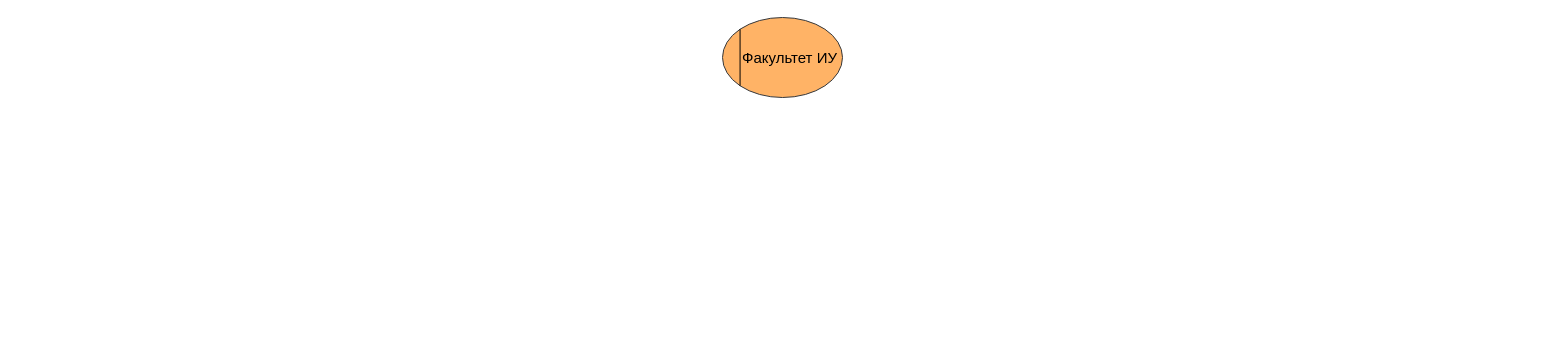
Before: ERP l1.drawio in DMfananddu/ERP, a draw.io diagram. Source tidied: cells renumbered, new cells numbered last; positions are measured from the earlier drawing's top-left corner, leaving out a move shared by most shapes. Both pictures are drawn from the tidied source at 100%, with x=0, y=0 at pixel (722, 17).
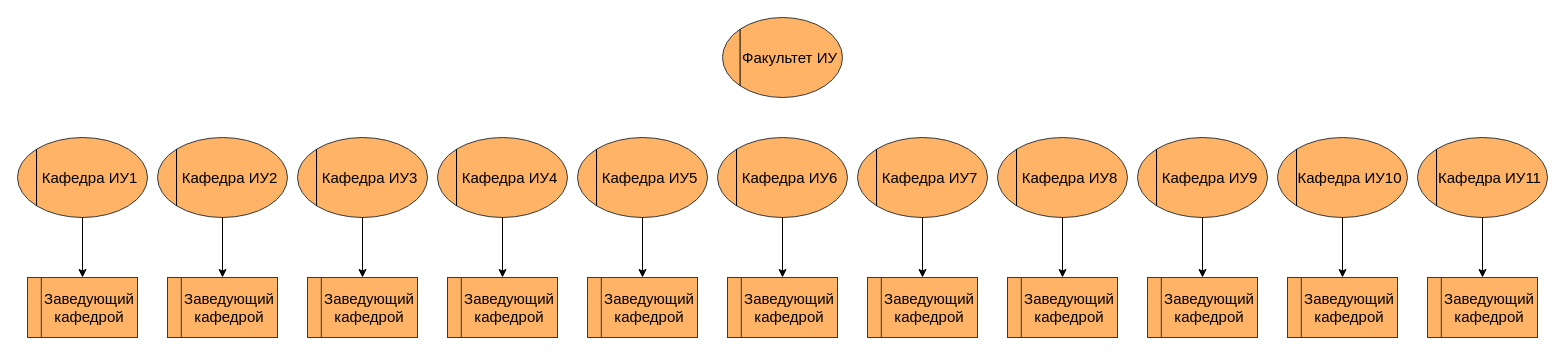
After the change.

Diff of the diagram source:
```diff
@@
+    <mxCell id="5" style="group;rounded=0;fillColor=none;spacingLeft=0;strokeWidth=1;fontSize=15;" parent="1" vertex="1">
+      <mxGeometry x="-565" y="120" width="130" height="80" as="geometry" />
+    </mxCell>
+    <mxCell id="6" value="Кафедра ИУ2" style="ellipse;whiteSpace=wrap;html=1;rounded=0;strokeColor=#36393d;spacingLeft=15;fillColor=#FFB366;fontSize=15;" parent="5" vertex="1">
+      <mxGeometry width="130" height="80" as="geometry" />
+    </mxCell>
+    <mxCell id="7" style="endArrow=none;html=1;entryX=0;entryY=0;entryDx=0;entryDy=0;exitX=0;exitY=1;exitDx=0;exitDy=0;" parent="5" edge="1" source="6" target="6">
+      <mxGeometry relative="1" as="geometry" />
+    </mxCell>
+    <mxCell id="8" style="group;rounded=0;fillColor=none;spacingLeft=0;strokeWidth=1;fontSize=15;" parent="1" vertex="1">
+      <mxGeometry x="-425" y="120" width="130" height="80" as="geometry" />
+    </mxCell>
+    <mxCell id="9" value="Кафедра ИУ3" style="ellipse;whiteSpace=wrap;html=1;rounded=0;strokeColor=#36393d;spacingLeft=15;fillColor=#FFB366;fontSize=15;" parent="8" vertex="1">
+      <mxGeometry width="130" height="80" as="geometry" />
+    </mxCell>
+    <mxCell id="10" style="endArrow=none;html=1;entryX=0;entryY=0;entryDx=0;entryDy=0;exitX=0;exitY=1;exitDx=0;exitDy=0;" parent="8" edge="1" source="9" target="9">
+      <mxGeometry relative="1" as="geometry" />
+    </mxCell>
+    <mxCell id="11" style="group;rounded=0;fillColor=none;spacingLeft=0;strokeWidth=1;fontSize=15;" parent="1" vertex="1">
+      <mxGeometry x="-285" y="120" width="130" height="80" as="geometry" />
+    </mxCell>
+    <mxCell id="12" value="Кафедра ИУ4" style="ellipse;whiteSpace=wrap;html=1;rounded=0;strokeColor=#36393d;spacingLeft=15;fillColor=#FFB366;fontSize=15;" parent="11" vertex="1">
+      <mxGeometry width="130" height="80" as="geometry" />
+    </mxCell>
+    <mxCell id="13" style="endArrow=none;html=1;entryX=0;entryY=0;entryDx=0;entryDy=0;exitX=0;exitY=1;exitDx=0;exitDy=0;" parent="11" edge="1" source="12" target="12">
+      <mxGeometry relative="1" as="geometry" />
+    </mxCell>
+    <mxCell id="14" style="group;rounded=0;fillColor=none;spacingLeft=0;strokeWidth=1;fontSize=15;" parent="1" vertex="1">
+      <mxGeometry x="-145" y="120" width="130" height="80" as="geometry" />
+    </mxCell>
+    <mxCell id="15" value="Кафедра ИУ5" style="ellipse;whiteSpace=wrap;html=1;rounded=0;strokeColor=#36393d;spacingLeft=15;fillColor=#FFB366;fontSize=15;" parent="14" vertex="1">
+      <mxGeometry width="130" height="80" as="geometry" />
+    </mxCell>
+    <mxCell id="16" style="endArrow=none;html=1;entryX=0;entryY=0;entryDx=0;entryDy=0;exitX=0;exitY=1;exitDx=0;exitDy=0;" parent="14" edge="1" source="15" target="15">
+      <mxGeometry relative="1" as="geometry" />
+    </mxCell>
+    <mxCell id="17" style="group;rounded=0;fillColor=none;spacingLeft=0;strokeWidth=1;fontSize=15;" parent="1" vertex="1">
+      <mxGeometry x="-5" y="120" width="130" height="80" as="geometry" />
+    </mxCell>
+    <mxCell id="18" value="Кафедра ИУ6" style="ellipse;whiteSpace=wrap;html=1;rounded=0;strokeColor=#36393d;spacingLeft=15;fillColor=#FFB366;fontSize=15;" parent="17" vertex="1">
+      <mxGeometry width="130" height="80" as="geometry" />
+    </mxCell>
+    <mxCell id="19" style="endArrow=none;html=1;entryX=0;entryY=0;entryDx=0;entryDy=0;exitX=0;exitY=1;exitDx=0;exitDy=0;" parent="17" edge="1" source="18" target="18">
+      <mxGeometry relative="1" as="geometry" />
+    </mxCell>
+    <mxCell id="20" style="group;rounded=0;fillColor=none;spacingLeft=0;strokeWidth=1;fontSize=15;" parent="1" vertex="1">
+      <mxGeometry x="135" y="120" width="130" height="80" as="geometry" />
+    </mxCell>
+    <mxCell id="21" value="Кафедра ИУ7" style="ellipse;whiteSpace=wrap;html=1;rounded=0;strokeColor=#36393d;spacingLeft=15;fillColor=#FFB366;fontSize=15;" parent="20" vertex="1">
+      <mxGeometry width="130" height="80" as="geometry" />
+    </mxCell>
+    <mxCell id="22" style="endArrow=none;html=1;entryX=0;entryY=0;entryDx=0;entryDy=0;exitX=0;exitY=1;exitDx=0;exitDy=0;" parent="20" edge="1" source="21" target="21">
+      <mxGeometry relative="1" as="geometry" />
+    </mxCell>
+    <mxCell id="23" style="group;rounded=0;fillColor=none;spacingLeft=0;strokeWidth=1;fontSize=15;" parent="1" vertex="1">
+      <mxGeometry x="275" y="120" width="130" height="80" as="geometry" />
+    </mxCell>
+    <mxCell id="24" value="Кафедра ИУ8" style="ellipse;whiteSpace=wrap;html=1;rounded=0;strokeColor=#36393d;spacingLeft=15;fillColor=#FFB366;fontSize=15;" parent="23" vertex="1">
+      <mxGeometry width="130" height="80" as="geometry" />
+    </mxCell>
+    <mxCell id="25" style="endArrow=none;html=1;entryX=0;entryY=0;entryDx=0;entryDy=0;exitX=0;exitY=1;exitDx=0;exitDy=0;" parent="23" edge="1" source="24" target="24">
+      <mxGeometry relative="1" as="geometry" />
+    </mxCell>
+    <mxCell id="26" style="group;rounded=0;fillColor=none;spacingLeft=0;strokeWidth=1;fontSize=15;" parent="1" vertex="1">
+      <mxGeometry x="415" y="120" width="130" height="80" as="geometry" />
+    </mxCell>
+    <mxCell id="27" value="Кафедра ИУ9" style="ellipse;whiteSpace=wrap;html=1;rounded=0;strokeColor=#36393d;spacingLeft=15;fillColor=#FFB366;fontSize=15;" parent="26" vertex="1">
+      <mxGeometry width="130" height="80" as="geometry" />
+    </mxCell>
+    <mxCell id="28" style="endArrow=none;html=1;entryX=0;entryY=0;entryDx=0;entryDy=0;exitX=0;exitY=1;exitDx=0;exitDy=0;" parent="26" edge="1" source="27" target="27">
+      <mxGeometry relative="1" as="geometry" />
+    </mxCell>
+    <mxCell id="29" style="group;rounded=0;fillColor=none;spacingLeft=0;strokeWidth=1;fontSize=15;" parent="1" vertex="1">
+      <mxGeometry x="555" y="120" width="130" height="80" as="geometry" />
+    </mxCell>
+    <mxCell id="30" value="Кафедра ИУ10" style="ellipse;whiteSpace=wrap;html=1;rounded=0;strokeColor=#36393d;spacingLeft=15;fillColor=#FFB366;fontSize=15;" parent="29" vertex="1">
+      <mxGeometry width="130" height="80" as="geometry" />
+    </mxCell>
+    <mxCell id="31" style="endArrow=none;html=1;entryX=0;entryY=0;entryDx=0;entryDy=0;exitX=0;exitY=1;exitDx=0;exitDy=0;" parent="29" edge="1" source="30" target="30">
+      <mxGeometry relative="1" as="geometry" />
+    </mxCell>
+    <mxCell id="32" style="group;rounded=0;fillColor=none;spacingLeft=0;strokeWidth=1;fontSize=15;" parent="1" vertex="1">
+      <mxGeometry x="-705" y="120" width="130" height="80" as="geometry" />
+    </mxCell>
+    <mxCell id="33" value="Кафедра ИУ1" style="ellipse;whiteSpace=wrap;html=1;rounded=0;strokeColor=#36393d;spacingLeft=15;fillColor=#FFB366;fontSize=15;" parent="32" vertex="1">
+      <mxGeometry width="130" height="80" as="geometry" />
+    </mxCell>
+    <mxCell id="34" style="endArrow=none;html=1;entryX=0;entryY=0;entryDx=0;entryDy=0;exitX=0;exitY=1;exitDx=0;exitDy=0;" parent="32" edge="1" source="33" target="33">
+      <mxGeometry relative="1" as="geometry" />
+    </mxCell>
+    <mxCell id="35" style="group;rounded=0;fillColor=none;spacingLeft=0;strokeWidth=1;fontSize=15;" parent="1" vertex="1">
+      <mxGeometry x="695" y="120" width="130" height="80" as="geometry" />
+    </mxCell>
+    <mxCell id="36" value="Кафедра ИУ11" style="ellipse;whiteSpace=wrap;html=1;rounded=0;strokeColor=#36393d;spacingLeft=15;fillColor=#FFB366;fontSize=15;" parent="35" vertex="1">
+      <mxGeometry width="130" height="80" as="geometry" />
+    </mxCell>
+    <mxCell id="37" style="endArrow=none;html=1;entryX=0;entryY=0;entryDx=0;entryDy=0;exitX=0;exitY=1;exitDx=0;exitDy=0;" parent="35" edge="1" source="36" target="36">
+      <mxGeometry relative="1" as="geometry" />
+    </mxCell>
+    <mxCell id="38" style="group;fontSize=15;fillColor=#FFB366;" parent="1" vertex="1">
+      <mxGeometry x="-695" y="260" width="110" height="60" as="geometry" />
+    </mxCell>
+    <mxCell id="39" style="rounded=0;whiteSpace=wrap;html=1;strokeColor=#36393d;fontSize=15;fillColor=#FFB366;" parent="38" vertex="1">
+      <mxGeometry width="110" height="60" as="geometry" />
+    </mxCell>
+    <mxCell id="40" value="&lt;font style=&quot;font-size: 15px&quot;&gt;Заведующий&lt;br&gt;кафедрой&lt;/font&gt;" style="rounded=0;whiteSpace=wrap;html=1;strokeColor=#36393d;fillColor=#FFB366;" parent="38" vertex="1">
+      <mxGeometry x="13.8" width="96.2" height="60" as="geometry" />
+    </mxCell>
+    <mxCell id="41" style="group;fontSize=15;fillColor=#FFB366;" parent="1" vertex="1">
+      <mxGeometry x="-555" y="260" width="110" height="60" as="geometry" />
+    </mxCell>
+    <mxCell id="42" style="rounded=0;whiteSpace=wrap;html=1;strokeColor=#36393d;fontSize=15;fillColor=#FFB366;" parent="41" vertex="1">
+      <mxGeometry width="110" height="60" as="geometry" />
+    </mxCell>
+    <mxCell id="43" value="&lt;font style=&quot;font-size: 15px&quot;&gt;Заведующий&lt;br&gt;кафедрой&lt;/font&gt;" style="rounded=0;whiteSpace=wrap;html=1;strokeColor=#36393d;fillColor=#FFB366;" parent="41" vertex="1">
+      <mxGeometry x="13.8" width="96.2" height="60" as="geometry" />
+    </mxCell>
+    <mxCell id="44" style="group;fontSize=15;fillColor=#FFB366;" parent="1" vertex="1">
+      <mxGeometry x="-415" y="260" width="110" height="60" as="geometry" />
+    </mxCell>
+    <mxCell id="45" style="rounded=0;whiteSpace=wrap;html=1;strokeColor=#36393d;fontSize=15;fillColor=#FFB366;" parent="44" vertex="1">
+      <mxGeometry width="110" height="60" as="geometry" />
+    </mxCell>
+    <mxCell id="46" value="&lt;font style=&quot;font-size: 15px&quot;&gt;Заведующий&lt;br&gt;кафедрой&lt;/font&gt;" style="rounded=0;whiteSpace=wrap;html=1;strokeColor=#36393d;fillColor=#FFB366;" parent="44" vertex="1">
+      <mxGeometry x="13.8" width="96.2" height="60" as="geometry" />
+    </mxCell>
+    <mxCell id="47" style="group;fontSize=15;fillColor=#FFB366;" parent="1" vertex="1">
+      <mxGeometry x="-275" y="260" width="110" height="60" as="geometry" />
+    </mxCell>
+    <mxCell id="48" style="rounded=0;whiteSpace=wrap;html=1;strokeColor=#36393d;fontSize=15;fillColor=#FFB366;" parent="47" vertex="1">
+      <mxGeometry width="110" height="60" as="geometry" />
+    </mxCell>
+    <mxCell id="49" value="&lt;font style=&quot;font-size: 15px&quot;&gt;Заведующий&lt;br&gt;кафедрой&lt;/font&gt;" style="rounded=0;whiteSpace=wrap;html=1;strokeColor=#36393d;fillColor=#FFB366;" parent="47" vertex="1">
+      <mxGeometry x="13.8" width="96.2" height="60" as="geometry" />
+    </mxCell>
+    <mxCell id="50" style="edgeStyle=orthogonalEdgeStyle;rounded=0;jettySize=auto;html=1;fontSize=15;startArrow=classic;startFill=1;endArrow=none;endFill=0;" parent="1" edge="1" source="39" target="33">
+      <mxGeometry relative="1" as="geometry" />
+    </mxCell>
+    <mxCell id="51" style="edgeStyle=orthogonalEdgeStyle;rounded=0;jettySize=auto;html=1;fontSize=15;startArrow=classic;startFill=1;endArrow=none;endFill=0;" parent="1" edge="1" source="42" target="6">
+      <mxGeometry relative="1" as="geometry" />
+    </mxCell>
+    <mxCell id="52" style="edgeStyle=orthogonalEdgeStyle;rounded=0;jettySize=auto;html=1;fontSize=15;startArrow=classic;startFill=1;endArrow=none;endFill=0;" parent="1" edge="1" source="45" target="9">
+      <mxGeometry relative="1" as="geometry" />
+    </mxCell>
+    <mxCell id="53" style="edgeStyle=orthogonalEdgeStyle;rounded=0;jettySize=auto;html=1;fontSize=15;startArrow=classic;startFill=1;endArrow=none;endFill=0;" parent="1" edge="1" source="48" target="12">
+      <mxGeometry relative="1" as="geometry" />
+    </mxCell>
+    <mxCell id="54" style="group;fontSize=15;fillColor=#FFB366;" parent="1" vertex="1">
+      <mxGeometry x="-135" y="260" width="110" height="60" as="geometry" />
+    </mxCell>
+    <mxCell id="55" style="rounded=0;whiteSpace=wrap;html=1;strokeColor=#36393d;fontSize=15;fillColor=#FFB366;" parent="54" vertex="1">
+      <mxGeometry width="110" height="60" as="geometry" />
+    </mxCell>
+    <mxCell id="56" value="&lt;font style=&quot;font-size: 15px&quot;&gt;Заведующий&lt;br&gt;кафедрой&lt;/font&gt;" style="rounded=0;whiteSpace=wrap;html=1;strokeColor=#36393d;fillColor=#FFB366;" parent="54" vertex="1">
+      <mxGeometry x="13.8" width="96.2" height="60" as="geometry" />
+    </mxCell>
+    <mxCell id="57" style="group;fontSize=15;fillColor=#FFB366;" parent="1" vertex="1">
+      <mxGeometry x="5" y="260" width="110" height="60" as="geometry" />
+    </mxCell>
+    <mxCell id="58" style="rounded=0;whiteSpace=wrap;html=1;strokeColor=#36393d;fontSize=15;fillColor=#FFB366;" parent="57" vertex="1">
+      <mxGeometry width="110" height="60" as="geometry" />
+    </mxCell>
+    <mxCell id="59" value="&lt;font style=&quot;font-size: 15px&quot;&gt;Заведующий&lt;br&gt;кафедрой&lt;/font&gt;" style="rounded=0;whiteSpace=wrap;html=1;strokeColor=#36393d;fillColor=#FFB366;" parent="57" vertex="1">
+      <mxGeometry x="13.8" width="96.2" height="60" as="geometry" />
+    </mxCell>
+    <mxCell id="60" style="group;fontSize=15;fillColor=#FFB366;" parent="1" vertex="1">
+      <mxGeometry x="145" y="260" width="110" height="60" as="geometry" />
+    </mxCell>
+    <mxCell id="61" style="rounded=0;whiteSpace=wrap;html=1;strokeColor=#36393d;fontSize=15;fillColor=#FFB366;" parent="60" vertex="1">
+      <mxGeometry width="110" height="60" as="geometry" />
+    </mxCell>
+    <mxCell id="62" value="&lt;font style=&quot;font-size: 15px&quot;&gt;Заведующий&lt;br&gt;кафедрой&lt;/font&gt;" style="rounded=0;whiteSpace=wrap;html=1;strokeColor=#36393d;fillColor=#FFB366;" parent="60" vertex="1">
+      <mxGeometry x="13.8" width="96.2" height="60" as="geometry" />
+    </mxCell>
+    <mxCell id="63" style="group;fontSize=15;fillColor=#FFB366;" parent="1" vertex="1">
+      <mxGeometry x="285" y="260" width="110" height="60" as="geometry" />
+    </mxCell>
+    <mxCell id="64" style="rounded=0;whiteSpace=wrap;html=1;strokeColor=#36393d;fontSize=15;fillColor=#FFB366;" parent="63" vertex="1">
+      <mxGeometry width="110" height="60" as="geometry" />
+    </mxCell>
+    <mxCell id="65" value="&lt;font style=&quot;font-size: 15px&quot;&gt;Заведующий&lt;br&gt;кафедрой&lt;/font&gt;" style="rounded=0;whiteSpace=wrap;html=1;strokeColor=#36393d;fillColor=#FFB366;" parent="63" vertex="1">
+      <mxGeometry x="13.8" width="96.2" height="60" as="geometry" />
+    </mxCell>
+    <mxCell id="66" style="group;fontSize=15;fillColor=#FFB366;" parent="1" vertex="1">
+      <mxGeometry x="425" y="260" width="110" height="60" as="geometry" />
+    </mxCell>
+    <mxCell id="67" style="rounded=0;whiteSpace=wrap;html=1;strokeColor=#36393d;fontSize=15;fillColor=#FFB366;" parent="66" vertex="1">
+      <mxGeometry width="110" height="60" as="geometry" />
+    </mxCell>
+    <mxCell id="68" value="&lt;font style=&quot;font-size: 15px&quot;&gt;Заведующий&lt;br&gt;кафедрой&lt;/font&gt;" style="rounded=0;whiteSpace=wrap;html=1;strokeColor=#36393d;fillColor=#FFB366;" parent="66" vertex="1">
+      <mxGeometry x="13.8" width="96.2" height="60" as="geometry" />
+    </mxCell>
+    <mxCell id="69" style="group;fontSize=15;fillColor=#FFB366;" parent="1" vertex="1">
+      <mxGeometry x="565" y="260" width="110" height="60" as="geometry" />
+    </mxCell>
+    <mxCell id="70" style="rounded=0;whiteSpace=wrap;html=1;strokeColor=#36393d;fontSize=15;fillColor=#FFB366;" parent="69" vertex="1">
+      <mxGeometry width="110" height="60" as="geometry" />
+    </mxCell>
+    <mxCell id="71" value="&lt;font style=&quot;font-size: 15px&quot;&gt;Заведующий&lt;br&gt;кафедрой&lt;/font&gt;" style="rounded=0;whiteSpace=wrap;html=1;strokeColor=#36393d;fillColor=#FFB366;" parent="69" vertex="1">
+      <mxGeometry x="13.8" width="96.2" height="60" as="geometry" />
+    </mxCell>
+    <mxCell id="72" style="group;fontSize=15;fillColor=#FFB366;" parent="1" vertex="1">
+      <mxGeometry x="705" y="260" width="110" height="60" as="geometry" />
+    </mxCell>
+    <mxCell id="73" style="rounded=0;whiteSpace=wrap;html=1;strokeColor=#36393d;fontSize=15;fillColor=#FFB366;" parent="72" vertex="1">
+      <mxGeometry width="110" height="60" as="geometry" />
+    </mxCell>
+    <mxCell id="74" value="&lt;font style=&quot;font-size: 15px&quot;&gt;Заведующий&lt;br&gt;кафедрой&lt;/font&gt;" style="rounded=0;whiteSpace=wrap;html=1;strokeColor=#36393d;fillColor=#FFB366;" parent="72" vertex="1">
+      <mxGeometry x="13.8" width="96.2" height="60" as="geometry" />
+    </mxCell>
+    <mxCell id="75" style="edgeStyle=orthogonalEdgeStyle;rounded=0;jettySize=auto;html=1;fontSize=15;startArrow=classic;startFill=1;endArrow=none;endFill=0;" parent="1" edge="1" source="73" target="36">
+      <mxGeometry relative="1" as="geometry" />
+    </mxCell>
+    <mxCell id="76" style="edgeStyle=orthogonalEdgeStyle;rounded=0;jettySize=auto;html=1;fontSize=15;startArrow=classic;startFill=1;endArrow=none;endFill=0;" parent="1" edge="1" source="70" target="30">
+      <mxGeometry relative="1" as="geometry" />
+    </mxCell>
+    <mxCell id="77" style="edgeStyle=orthogonalEdgeStyle;rounded=0;jettySize=auto;html=1;fontSize=15;startArrow=classic;startFill=1;endArrow=none;endFill=0;" parent="1" edge="1" source="67" target="27">
+      <mxGeometry relative="1" as="geometry" />
+    </mxCell>
+    <mxCell id="78" style="edgeStyle=orthogonalEdgeStyle;rounded=0;jettySize=auto;html=1;fontSize=15;startArrow=classic;startFill=1;endArrow=none;endFill=0;" parent="1" edge="1" source="64" target="24">
+      <mxGeometry relative="1" as="geometry" />
+    </mxCell>
+    <mxCell id="79" style="edgeStyle=orthogonalEdgeStyle;rounded=0;jettySize=auto;html=1;fontSize=15;startArrow=classic;startFill=1;endArrow=none;endFill=0;" parent="1" edge="1" source="55" target="15">
+      <mxGeometry relative="1" as="geometry" />
+    </mxCell>
+    <mxCell id="80" style="edgeStyle=orthogonalEdgeStyle;rounded=0;jettySize=auto;html=1;fontSize=15;startArrow=classic;startFill=1;endArrow=none;endFill=0;" parent="1" edge="1" source="58" target="18">
+      <mxGeometry relative="1" as="geometry" />
+    </mxCell>
+    <mxCell id="81" style="edgeStyle=orthogonalEdgeStyle;rounded=0;jettySize=auto;html=1;fontSize=15;startArrow=classic;startFill=1;endArrow=none;endFill=0;" parent="1" edge="1" source="61" target="21">
+      <mxGeometry relative="1" as="geometry" />
+    </mxCell>
```
